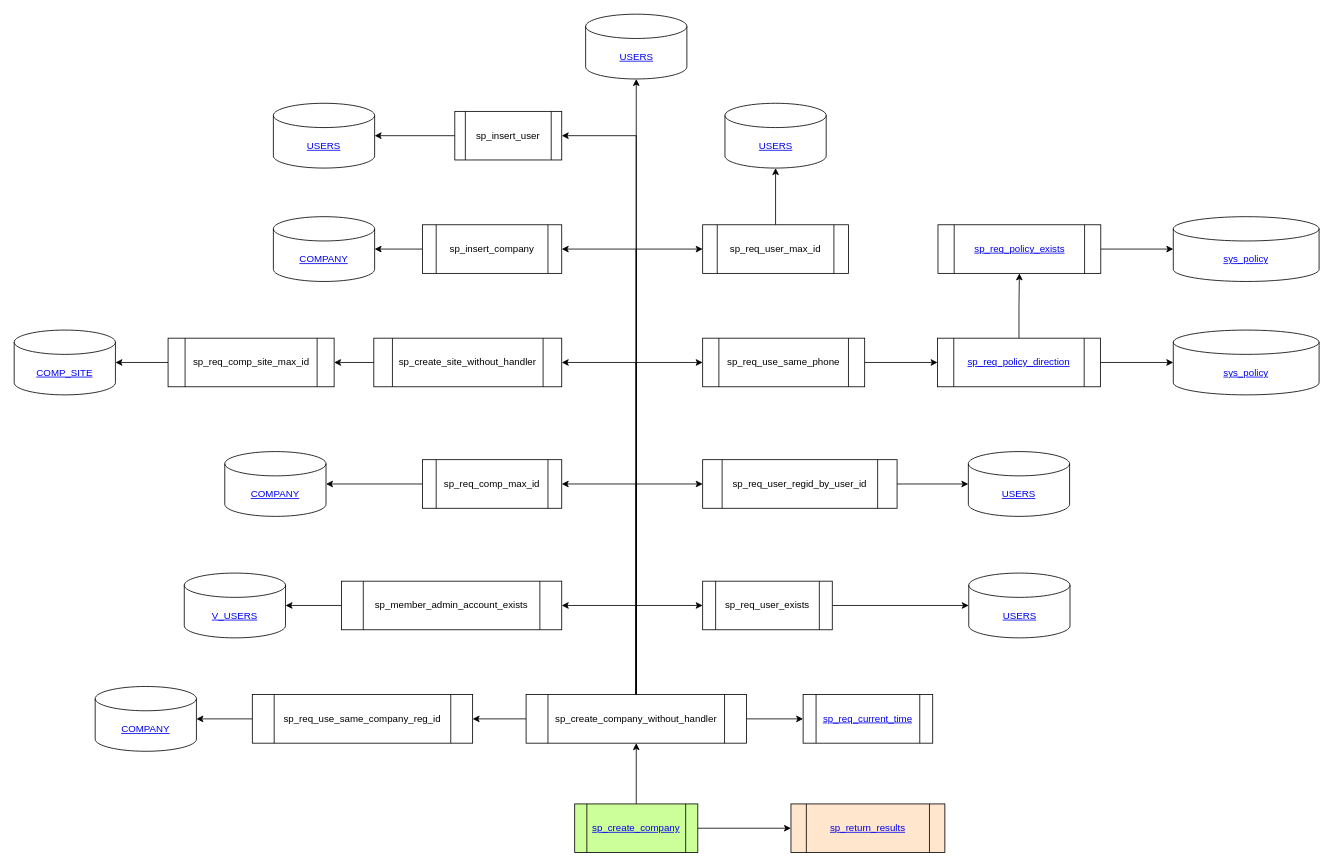
The draw.io diagram sp_create_company.drawio in Leo-Nam/chium_draw, before the edit. Source tidied: cells renumbered, new cells numbered last; positions are measured from the earlier drawing's top-left corner, leaving out a move shared by most shapes. Both pictures are drawn from the tidied source at 81%, with x=0, y=0 at pixel (14, 14).
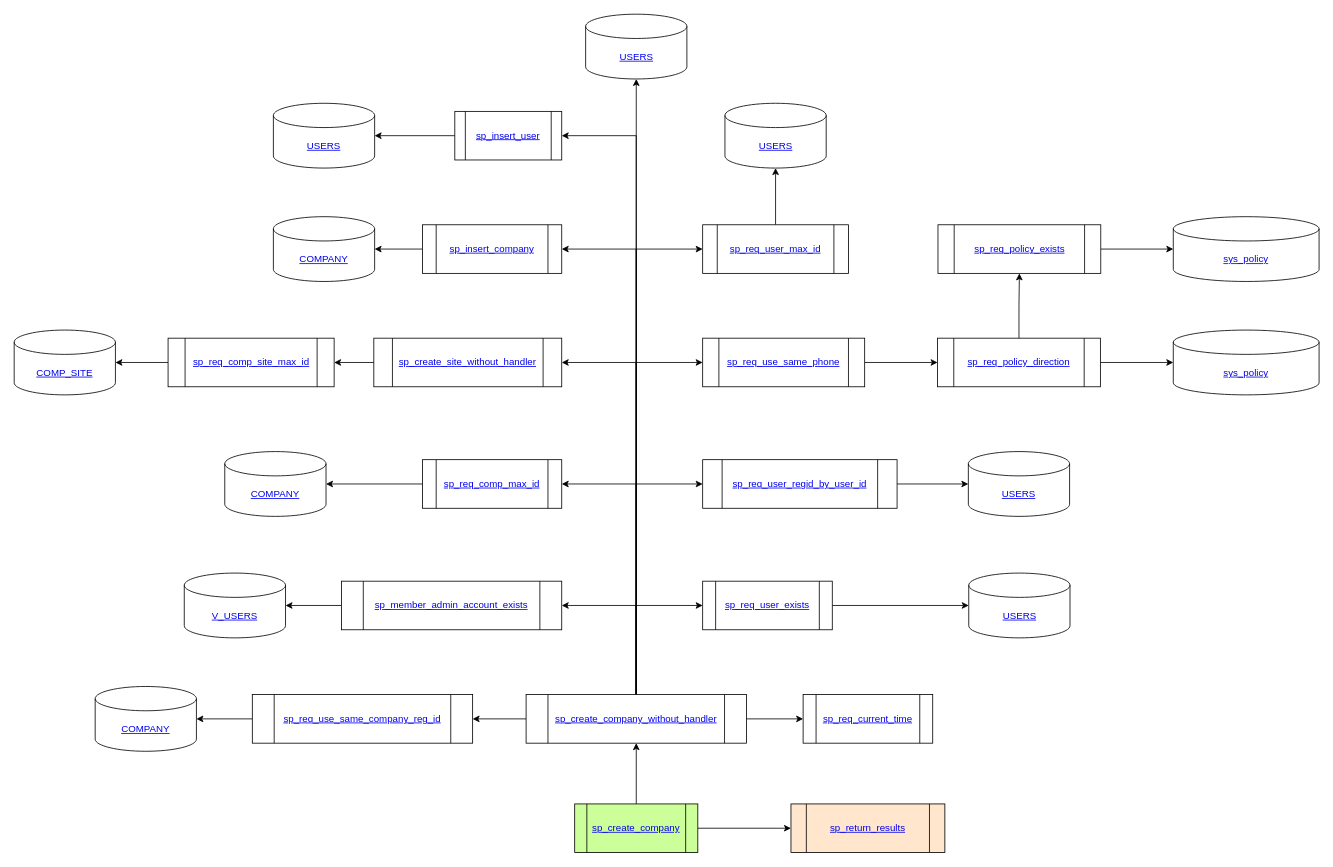
The same page after the edit.

Commit message (it also covers changes not shown here):
sp_insert_collector_wste_lists

The edit, as a diff of the source:
```diff
@@
-    <mxCell id="17" value="sp_create_company_without_handler" style="shape=process;whiteSpace=wrap;html=1;backgroundOutline=1;rounded=0;" parent="1" vertex="1">
+    <mxCell id="17" value="&lt;a href=&quot;https://github.com/Leo-Nam/chium_draw/blob/master/sp_create_company_without_handler.drawio&quot;&gt;sp_create_company_without_handler&lt;/a&gt;" style="shape=process;whiteSpace=wrap;html=1;backgroundOutline=1;rounded=0;" parent="1" vertex="1">
       <mxGeometry x="632" y="840" width="272" height="60" as="geometry" />
     </mxCell>
@@
-    <mxCell id="20" value="sp_req_use_same_company_reg_id" style="shape=process;whiteSpace=wrap;html=1;backgroundOutline=1;rounded=0;" parent="1" vertex="1">
+    <mxCell id="20" value="&lt;a href=&quot;https://github.com/Leo-Nam/chium_draw/blob/master/sp_req_use_same_company_reg_id.drawio&quot;&gt;sp_req_use_same_company_reg_id&lt;/a&gt;" style="shape=process;whiteSpace=wrap;html=1;backgroundOutline=1;rounded=0;" parent="1" vertex="1">
       <mxGeometry x="294" y="840" width="272" height="60" as="geometry" />
     </mxCell>
@@
-    <mxCell id="22" value="sp_req_user_exists" style="shape=process;whiteSpace=wrap;html=1;backgroundOutline=1;rounded=0;" parent="1" vertex="1">
+    <mxCell id="22" value="&lt;a href=&quot;https://github.com/Leo-Nam/chium_draw/blob/master/sp_req_user_exists.drawio&quot;&gt;sp_req_user_exists&lt;/a&gt;" style="shape=process;whiteSpace=wrap;html=1;backgroundOutline=1;rounded=0;" parent="1" vertex="1">
       <mxGeometry x="850" y="700" width="160" height="60" as="geometry" />
     </mxCell>
@@
-    <mxCell id="24" value="sp_member_admin_account_exists" style="shape=process;whiteSpace=wrap;html=1;backgroundOutline=1;rounded=0;" parent="1" vertex="1">
+    <mxCell id="24" value="&lt;a href=&quot;https://github.com/Leo-Nam/chium_draw/blob/master/sp_member_admin_account_exists.drawio&quot;&gt;sp_member_admin_account_exists&lt;/a&gt;" style="shape=process;whiteSpace=wrap;html=1;backgroundOutline=1;rounded=0;" parent="1" vertex="1">
       <mxGeometry x="404" y="700" width="272" height="60" as="geometry" />
     </mxCell>
@@
-    <mxCell id="26" value="sp_req_comp_max_id" style="shape=process;whiteSpace=wrap;html=1;backgroundOutline=1;rounded=0;" parent="1" vertex="1">
+    <mxCell id="26" value="&lt;a href=&quot;https://github.com/Leo-Nam/chium_draw/blob/master/sp_req_comp_max_id.drawio&quot;&gt;sp_req_comp_max_id&lt;/a&gt;" style="shape=process;whiteSpace=wrap;html=1;backgroundOutline=1;rounded=0;" parent="1" vertex="1">
       <mxGeometry x="504" y="550" width="172" height="60" as="geometry" />
     </mxCell>
@@
-    <mxCell id="28" value="sp_req_user_regid_by_user_id" style="shape=process;whiteSpace=wrap;html=1;backgroundOutline=1;rounded=0;" parent="1" vertex="1">
+    <mxCell id="28" value="&lt;a href=&quot;https://github.com/Leo-Nam/chium_draw/blob/master/sp_req_user_regid_by_user_id.drawio&quot;&gt;sp_req_user_regid_by_user_id&lt;/a&gt;" style="shape=process;whiteSpace=wrap;html=1;backgroundOutline=1;rounded=0;" parent="1" vertex="1">
       <mxGeometry x="850" y="550" width="240" height="60" as="geometry" />
     </mxCell>
@@
-    <mxCell id="30" value="sp_create_site_without_handler" style="shape=process;whiteSpace=wrap;html=1;backgroundOutline=1;rounded=0;" parent="1" vertex="1">
+    <mxCell id="30" value="&lt;a href=&quot;https://github.com/Leo-Nam/chium_draw/blob/master/sp_create_site_without_handler.drawio&quot;&gt;sp_create_site_without_handler&lt;/a&gt;" style="shape=process;whiteSpace=wrap;html=1;backgroundOutline=1;rounded=0;" parent="1" vertex="1">
       <mxGeometry x="444" y="400" width="232" height="60" as="geometry" />
     </mxCell>
@@
-    <mxCell id="32" value="sp_req_use_same_phone" style="shape=process;whiteSpace=wrap;html=1;backgroundOutline=1;rounded=0;" parent="1" vertex="1">
+    <mxCell id="32" value="&lt;a href=&quot;https://github.com/Leo-Nam/chium_draw/blob/master/sp_req_use_same_phone.drawio&quot;&gt;sp_req_use_same_phone&lt;/a&gt;" style="shape=process;whiteSpace=wrap;html=1;backgroundOutline=1;rounded=0;" parent="1" vertex="1">
       <mxGeometry x="850" y="400" width="200" height="60" as="geometry" />
     </mxCell>
@@
-    <mxCell id="34" value="sp_insert_company" style="shape=process;whiteSpace=wrap;html=1;backgroundOutline=1;rounded=0;" parent="1" vertex="1">
+    <mxCell id="34" value="&lt;a href=&quot;https://github.com/Leo-Nam/chium_draw/blob/master/sp_insert_company.drawio&quot;&gt;sp_insert_company&lt;/a&gt;" style="shape=process;whiteSpace=wrap;html=1;backgroundOutline=1;rounded=0;" parent="1" vertex="1">
       <mxGeometry x="504" y="260" width="172" height="60" as="geometry" />
     </mxCell>
@@
-    <mxCell id="36" value="sp_req_user_max_id" style="shape=process;whiteSpace=wrap;html=1;backgroundOutline=1;rounded=0;" parent="1" vertex="1">
+    <mxCell id="36" value="&lt;a href=&quot;https://github.com/Leo-Nam/chium_draw/blob/master/sp_req_user_max_id.drawio&quot;&gt;sp_req_user_max_id&lt;/a&gt;" style="shape=process;whiteSpace=wrap;html=1;backgroundOutline=1;rounded=0;" parent="1" vertex="1">
       <mxGeometry x="850" y="260" width="180" height="60" as="geometry" />
     </mxCell>
@@
-    <mxCell id="38" value="sp_insert_user" style="shape=process;whiteSpace=wrap;html=1;backgroundOutline=1;rounded=0;" parent="1" vertex="1">
+    <mxCell id="38" value="&lt;a href=&quot;https://github.com/Leo-Nam/chium_draw/blob/master/sp_insert_user.drawio&quot;&gt;sp_insert_user&lt;/a&gt;" style="shape=process;whiteSpace=wrap;html=1;backgroundOutline=1;rounded=0;" parent="1" vertex="1">
       <mxGeometry x="544" y="120" width="132" height="60" as="geometry" />
     </mxCell>
@@
-    <mxCell id="44" value="sp_req_comp_site_max_id" style="shape=process;whiteSpace=wrap;html=1;backgroundOutline=1;rounded=0;" parent="1" vertex="1">
+    <mxCell id="44" value="&lt;a href=&quot;https://github.com/Leo-Nam/chium_draw/blob/master/sp_req_comp_max_id.drawio&quot;&gt;sp_req_comp_site_max_id&lt;/a&gt;" style="shape=process;whiteSpace=wrap;html=1;backgroundOutline=1;rounded=0;" parent="1" vertex="1">
       <mxGeometry x="190" y="400" width="205" height="60" as="geometry" />
     </mxCell>
```
